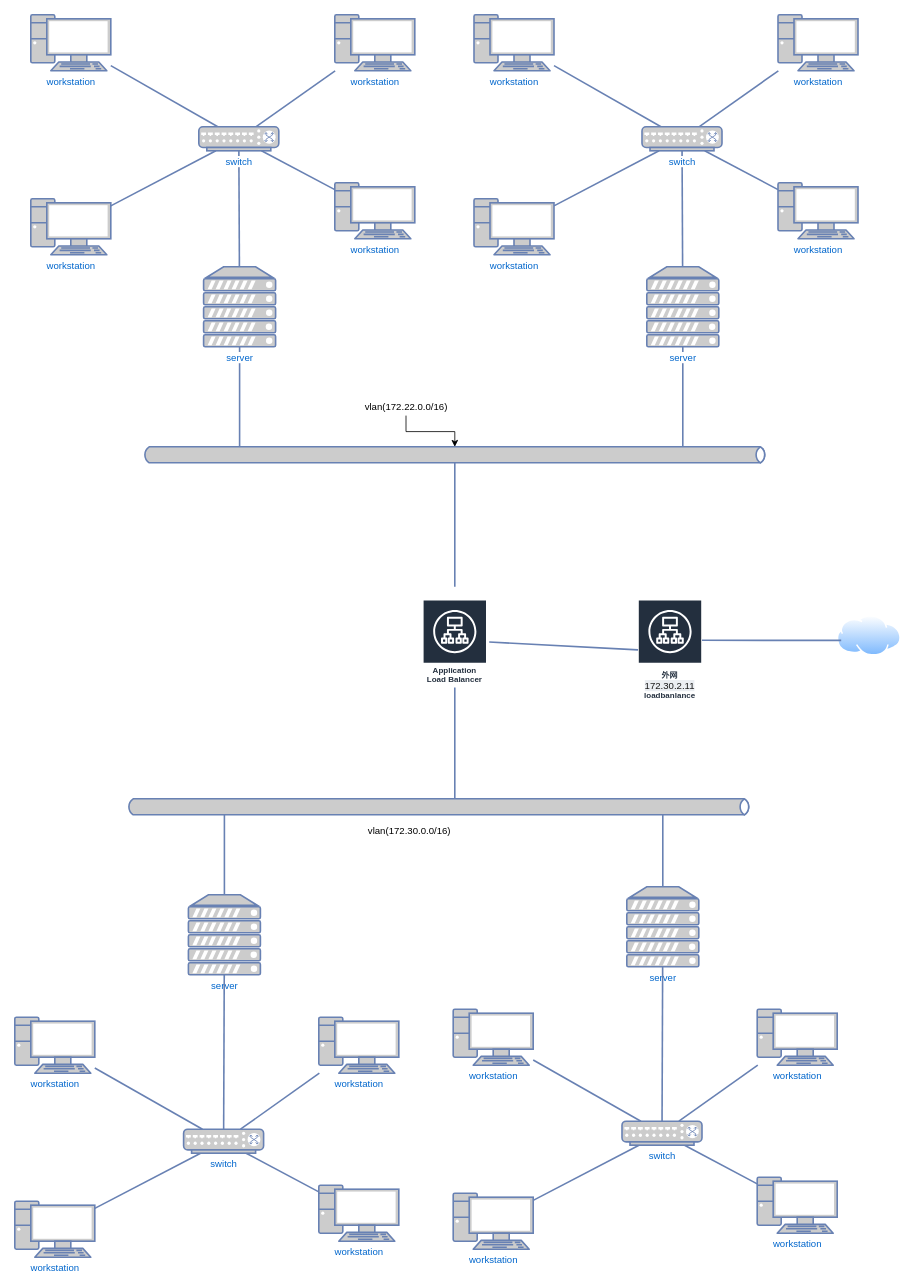
MtJolzhufeng/pyquant keeps this draw.io diagram as page "Page-2" (1 of 2) of Untitled Diagram.drawio. Above is the earlier version. Source tidied: cells renumbered, new cells numbered last; positions are measured from the earlier drawing's top-left corner, leaving out a move shared by most shapes. Both pictures are drawn from the tidied source at 80%, with x=0, y=0 at pixel (14, 14).
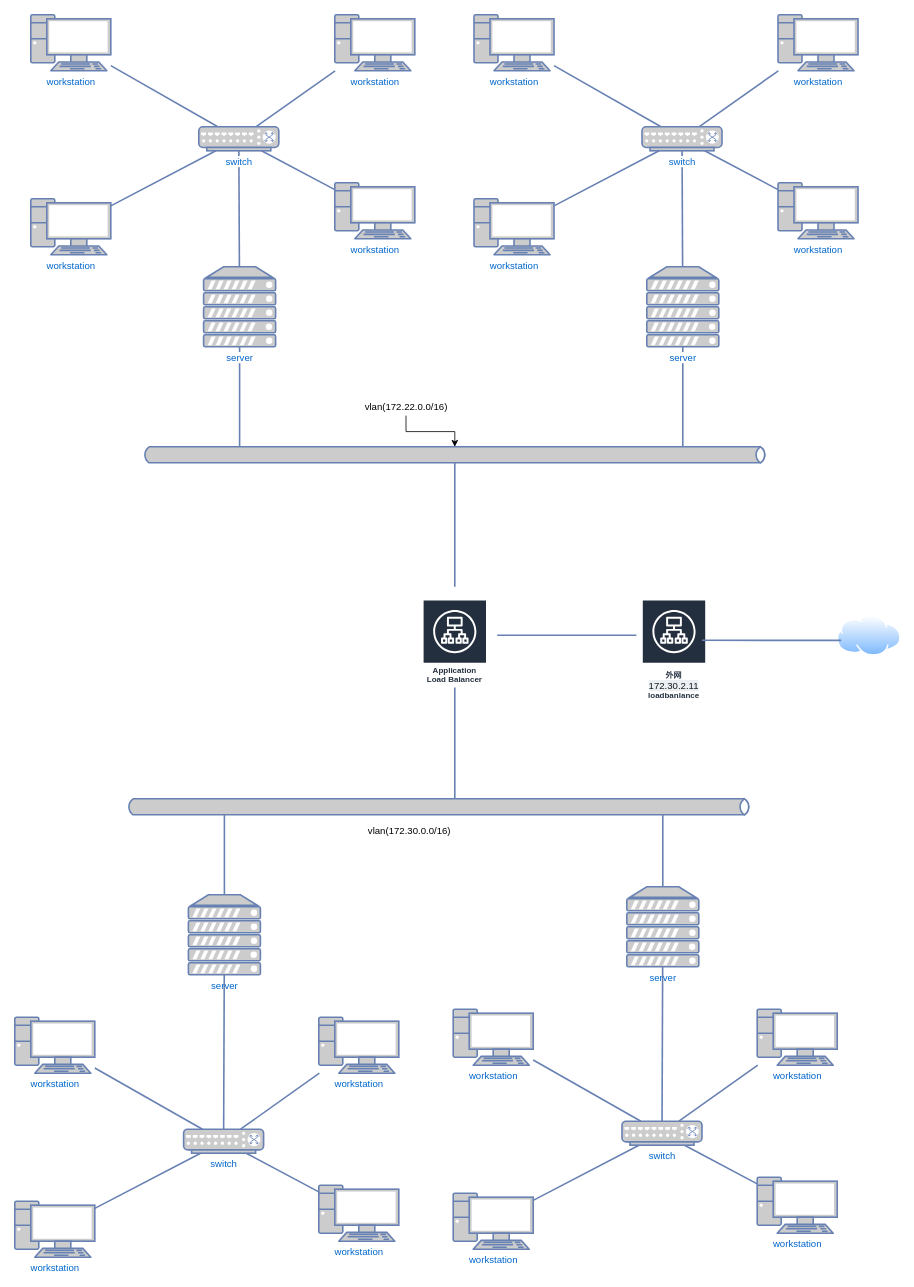
After the change.

Diff of the diagram source:
```diff
@@
     <mxCell id="58" value="外网&lt;span style=&quot;color: rgba(0 , 0 , 0 , 0.9) ; font-family: &amp;#34;roboto&amp;#34; , &amp;#34;san francisco&amp;#34; , &amp;#34;helvetica neue&amp;#34; , &amp;#34;helvetica&amp;#34; , &amp;#34;arial&amp;#34; , , &amp;#34;hiragina sans gb&amp;#34; , &amp;#34;wenquanyi micro hei&amp;#34; , &amp;#34;microsoft yahei ui&amp;#34; , &amp;#34;microsoft yahei&amp;#34; , sans-serif ; font-size: 12px ; font-weight: 400 ; text-align: left ; background-color: rgb(235 , 238 , 242)&quot;&gt;172.30.2.11&lt;/span&gt;&lt;br&gt;loadbanlance" style="sketch=0;outlineConnect=0;fontColor=#232F3E;gradientColor=none;strokeColor=#ffffff;fillColor=#232F3E;dashed=0;verticalLabelPosition=middle;verticalAlign=bottom;align=center;html=1;whiteSpace=wrap;fontSize=10;fontStyle=1;spacing=3;shape=mxgraph.aws4.productIcon;prIcon=mxgraph.aws4.application_load_balancer;shadow=0;" parent="1" vertex="1">
-      <mxGeometry x="779" y="731" width="80" height="130" as="geometry" />
+      <mxGeometry x="784" y="731" width="80" height="130" as="geometry" />
     </mxCell>
@@
-    <mxCell id="61" style="edgeStyle=none;html=1;labelBackgroundColor=none;endArrow=none;strokeWidth=2;fontFamily=Verdana;fontSize=28;fontColor=#0066CC;rounded=0;strokeColor=#6881B3;shadow=0;" parent="1" edge="1" target="58">
-      <mxGeometry relative="1" as="geometry">
-        <mxPoint x="593" y="784" as="sourcePoint" />
-      </mxGeometry>
-    </mxCell>
@@
+    <mxCell id="63" style="edgeStyle=none;html=1;labelBackgroundColor=none;endArrow=none;strokeWidth=2;fontFamily=Verdana;fontSize=28;fontColor=#0066CC;rounded=0;strokeColor=#6881B3;shadow=0;" parent="1" edge="1">
+      <mxGeometry relative="1" as="geometry">
+        <mxPoint x="603" y="775.5" as="sourcePoint" />
+        <mxPoint x="777" y="775.6" as="targetPoint" />
+      </mxGeometry>
+    </mxCell>
```
